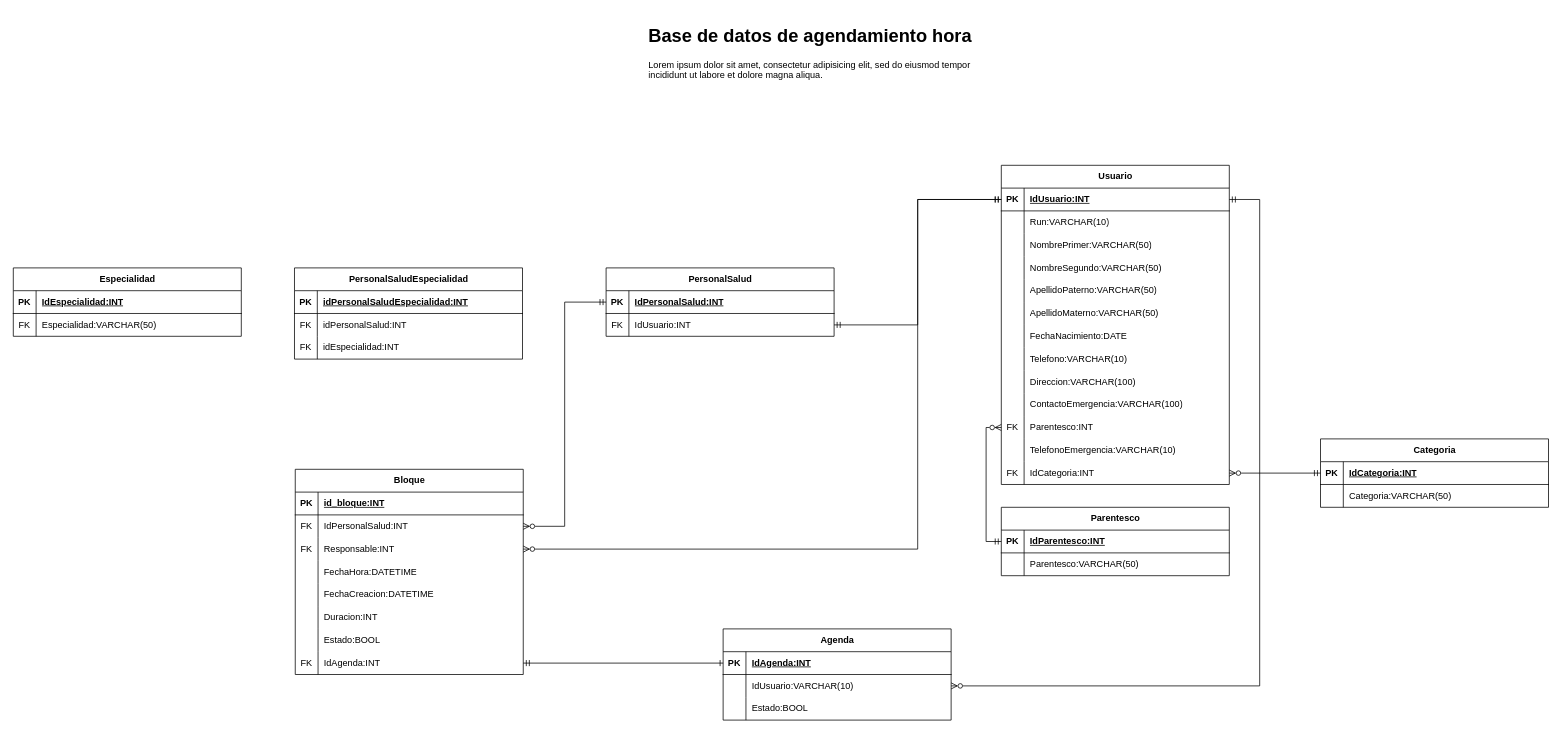
Before: DiagramaDB.drawio in JonaNomas/his-diagram, a draw.io diagram. Source tidied: cells renumbered, new cells numbered last; positions are measured from the earlier drawing's top-left corner, leaving out a move shared by most shapes. Both pictures are drawn from the tidied source at 76%, with x=0, y=0 at pixel (13, 21).
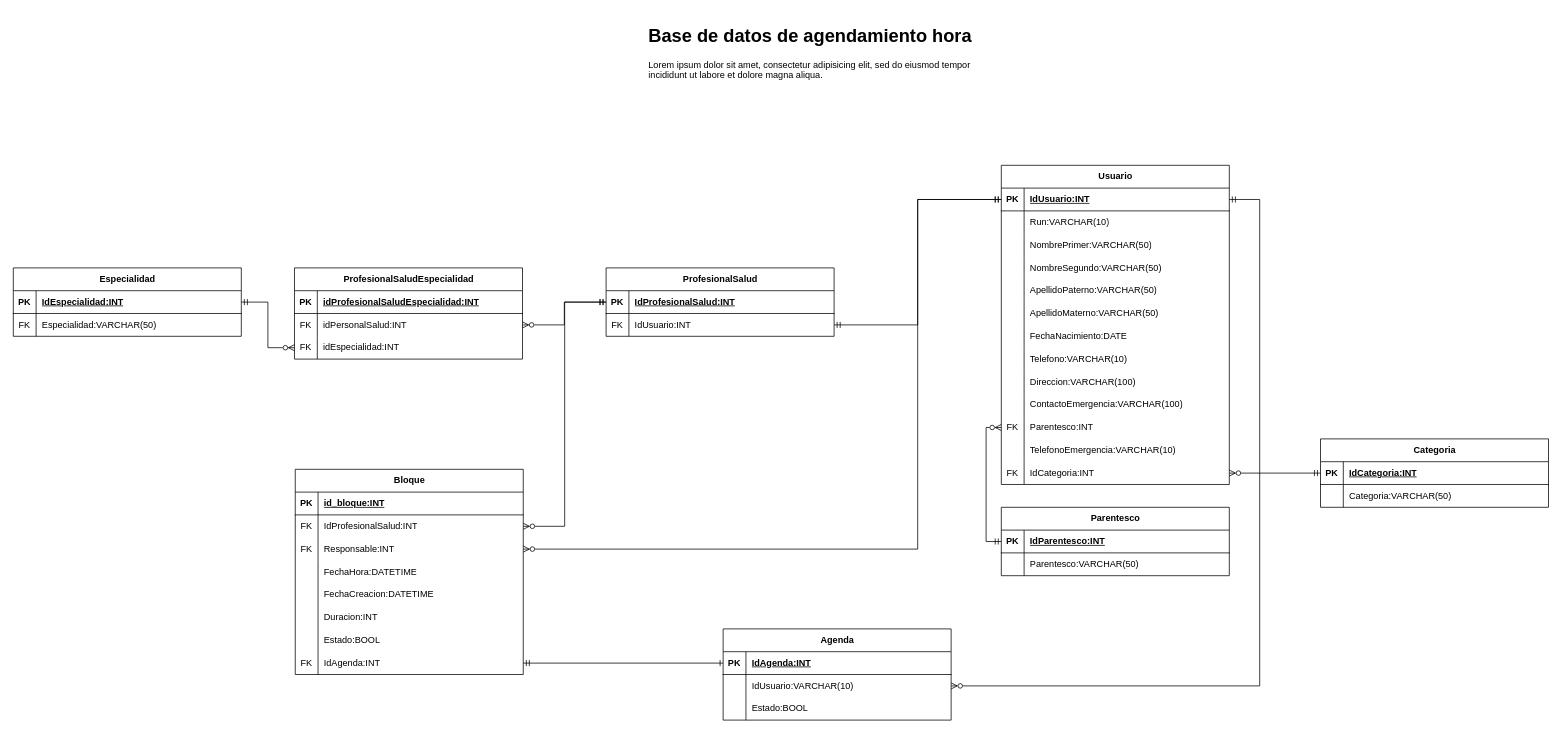
Above is the later version.

Commit message:
Relaciones profesionales salud

The change refers to these unchanged cells:
```xml
<mxCell id="47" style="shape=tableRow;horizontal=0;startSize=0;swimlaneHead=0;swimlaneBody=0;fillColor=none;points=[[0,0.5],[1,0.5]];portConstraint=eastwest;top=0;left=0;right=0;bottom=0;" parent="43" vertex="1">
  <mxGeometry y="60" width="300" height="30" as="geometry" />
</mxCell>
<mxCell id="79" style="shape=tableRow;horizontal=0;startSize=0;swimlaneHead=0;swimlaneBody=0;fillColor=none;points=[[0,0.5],[1,0.5]];portConstraint=eastwest;top=0;left=0;right=0;bottom=1;" parent="78" vertex="1">
  <mxGeometry y="30" width="300" height="30" as="geometry" />
</mxCell>
<mxCell id="86" style="shape=tableRow;horizontal=0;startSize=0;swimlaneHead=0;swimlaneBody=0;fillColor=none;points=[[0,0.5],[1,0.5]];portConstraint=eastwest;top=0;left=0;right=0;bottom=1;" parent="85" vertex="1">
  <mxGeometry y="30" width="300" height="30" as="geometry" />
</mxCell>
<mxCell id="114" style="shape=tableRow;horizontal=0;startSize=0;swimlaneHead=0;swimlaneBody=0;fillColor=none;top=0;left=0;right=0;bottom=1;" parent="113" vertex="1">
  <mxGeometry y="30" width="300" height="30" as="geometry" />
</mxCell>
<mxCell id="117" style="shape=tableRow;horizontal=0;startSize=0;swimlaneHead=0;swimlaneBody=0;fillColor=none;points=[[0,0.5],[1,0.5]];portConstraint=eastwest;top=0;left=0;right=0;bottom=0;" parent="113" vertex="1">
  <mxGeometry y="60" width="300" height="30" as="geometry" />
</mxCell>
<mxCell id="120" style="shape=tableRow;horizontal=0;startSize=0;swimlaneHead=0;swimlaneBody=0;fillColor=none;points=[[0,0.5],[1,0.5]];portConstraint=eastwest;top=0;left=0;right=0;bottom=0;" parent="113" vertex="1">
  <mxGeometry y="90" width="300" height="30" as="geometry" />
</mxCell>
```

Diff of the diagram source:
```diff
@@
-    <mxCell id="49" value="IdPersonalSalud:INT" style="shape=partialRectangle;fillColor=none;top=0;left=0;bottom=0;right=0;align=left;spacingLeft=6;overflow=hidden;whiteSpace=wrap;html=1;" parent="47" vertex="1">
+    <mxCell id="49" value="IdProfesionalSalud:INT" style="shape=partialRectangle;fillColor=none;top=0;left=0;bottom=0;right=0;align=left;spacingLeft=6;overflow=hidden;whiteSpace=wrap;html=1;" parent="47" vertex="1">
       <mxGeometry x="30" width="270" height="30" as="geometry" />
     </mxCell>
@@
-    <mxCell id="78" value="PersonalSalud" style="shape=table;startSize=30;childLayout=tableLayout;rowLines=0;fontStyle=1;align=center;html=1;" parent="1" vertex="1">
+    <mxCell id="78" value="ProfesionalSalud" style="shape=table;startSize=30;childLayout=tableLayout;rowLines=0;fontStyle=1;align=center;html=1;" parent="1" vertex="1">
       <mxGeometry x="780" y="325" width="300" height="90" as="geometry" />
     </mxCell>
@@
-    <mxCell id="81" value="IdPersonalSalud:INT" style="shape=partialRectangle;fillColor=none;top=0;left=0;bottom=0;right=0;align=left;spacingLeft=6;fontStyle=5;overflow=hidden;whiteSpace=wrap;html=1;" parent="79" vertex="1">
+    <mxCell id="81" value="IdProfesionalSalud:INT" style="shape=partialRectangle;fillColor=none;top=0;left=0;bottom=0;right=0;align=left;spacingLeft=6;fontStyle=5;overflow=hidden;whiteSpace=wrap;html=1;" parent="79" vertex="1">
       <mxGeometry x="30" width="270" height="30" as="geometry" />
     </mxCell>
@@
-    <mxCell id="113" value="PersonalSaludEspecialidad" style="shape=table;startSize=30;childLayout=tableLayout;rowLines=0;fontStyle=1;align=center;html=1;" parent="1" vertex="1">
+    <mxCell id="113" value="ProfesionalSaludEspecialidad" style="shape=table;startSize=30;childLayout=tableLayout;rowLines=0;fontStyle=1;align=center;html=1;" parent="1" vertex="1">
       <mxGeometry x="370" y="325" width="300" height="120" as="geometry" />
     </mxCell>
@@
-    <mxCell id="116" value="idPersonalSaludEspecialidad:INT" style="shape=partialRectangle;fillColor=none;top=0;left=0;bottom=0;right=0;align=left;spacingLeft=6;fontStyle=5;overflow=hidden;whiteSpace=wrap;html=1;" parent="114" vertex="1">
+    <mxCell id="116" value="idProfesionalSaludEspecialidad:INT" style="shape=partialRectangle;fillColor=none;top=0;left=0;bottom=0;right=0;align=left;spacingLeft=6;fontStyle=5;overflow=hidden;whiteSpace=wrap;html=1;" parent="114" vertex="1">
       <mxGeometry x="30" width="270" height="30" as="geometry" />
     </mxCell>
@@
+    <mxCell id="123" style="edgeStyle=orthogonalEdgeStyle;rounded=0;jettySize=auto;html=1;exitX=0;exitY=0.5;exitDx=0;exitDy=0;entryX=1;entryY=0.5;entryDx=0;entryDy=0;endArrow=ERzeroToMany;endFill=0;startArrow=ERmandOne;startFill=0;" parent="1" edge="1" source="79" target="117">
+      <mxGeometry relative="1" as="geometry" />
+    </mxCell>
+    <mxCell id="124" style="edgeStyle=orthogonalEdgeStyle;rounded=0;jettySize=auto;html=1;exitX=0;exitY=0.5;exitDx=0;exitDy=0;entryX=1;entryY=0.5;entryDx=0;entryDy=0;endArrow=ERmandOne;endFill=0;startArrow=ERzeroToMany;startFill=0;" parent="1" edge="1" source="120" target="86">
+      <mxGeometry relative="1" as="geometry" />
+    </mxCell>
```
